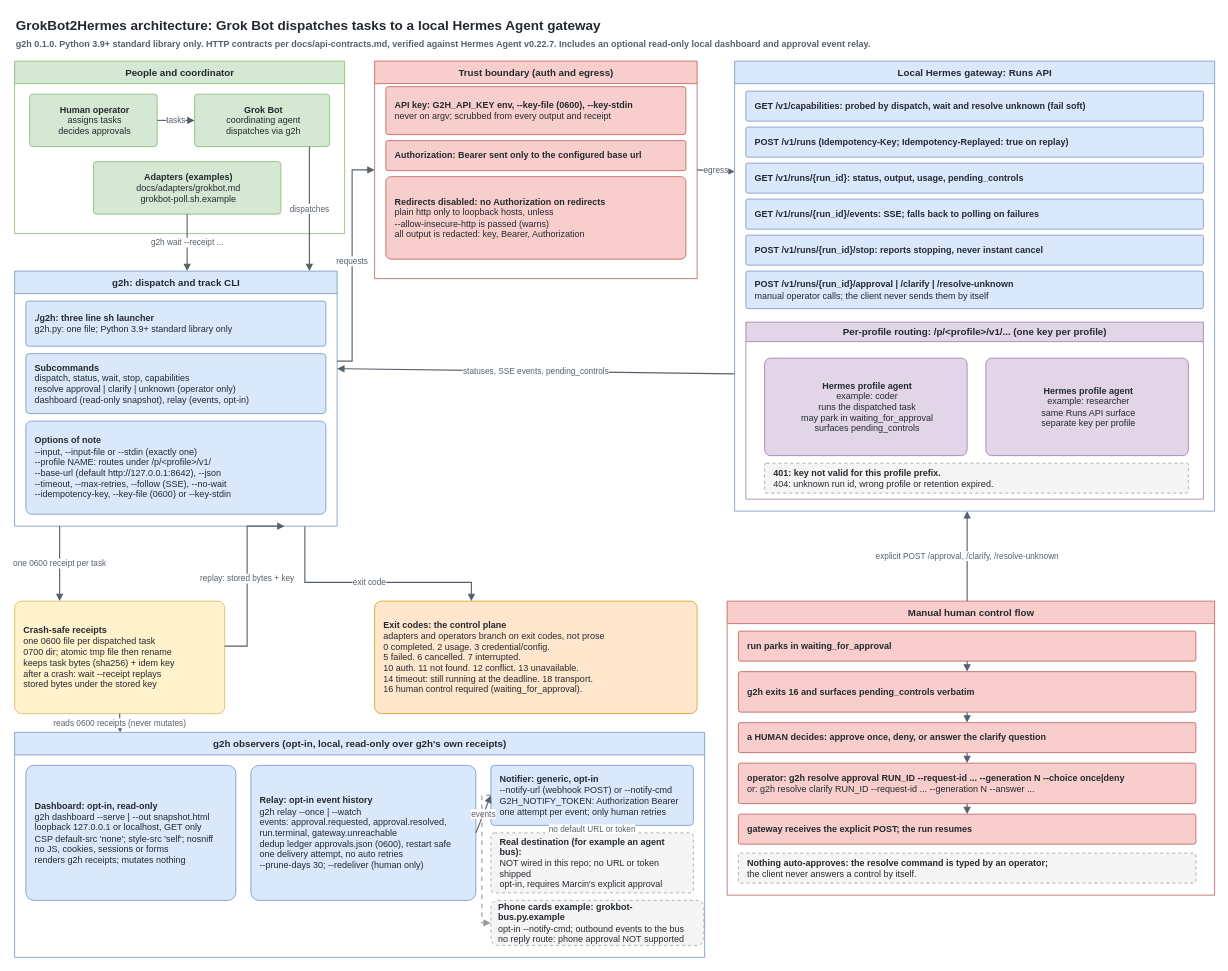
Earlier version of the draw.io diagram docs/architecture/grokbot2hermes.drawio (dziduchm/grokbot2hermes). Source tidied: cells renumbered, new cells numbered last; positions are measured from the earlier drawing's top-left corner, leaving out a move shared by most shapes. Both pictures are drawn from the tidied source at 75%, with x=0, y=0 at pixel (14, 13).
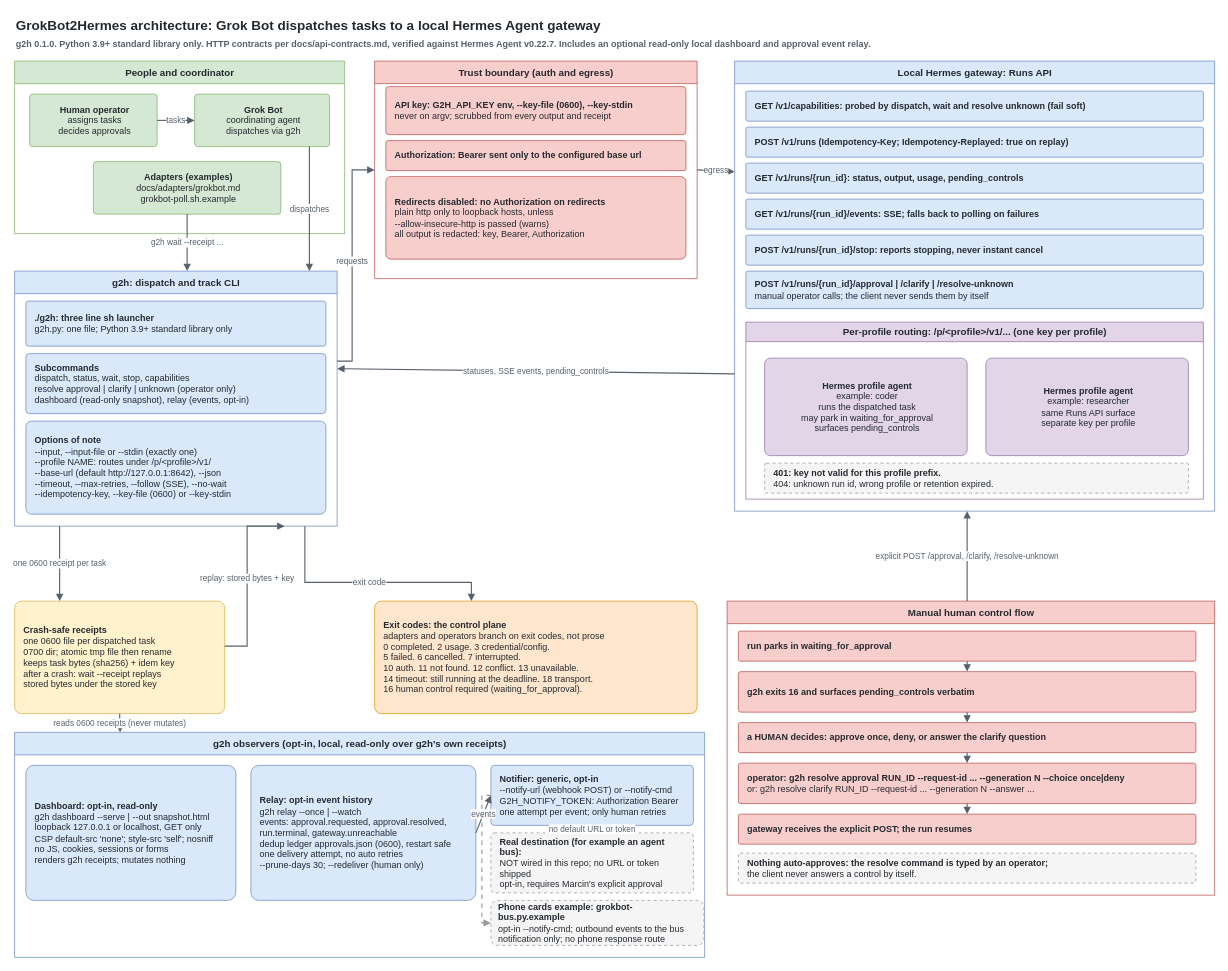
The same diagram, later.

Commit message (it also covers changes not shown here):
docs: scope the phone limitation to the bus integration

The change refers to these unchanged cells:
```xml
<mxCell id="9" value="g2h observers (opt-in, local, read-only over g2h's own receipts)" style="swimlane;html=1;startSize=30;fillColor=#dae8fc;swimlaneFillColor=#ffffff;strokeColor=#6c8ebf;fontColor=#24292f;fontSize=13;fontStyle=1;align=center;rounded=0;shadow=0;" parent="1" vertex="1">
  <mxGeometry y="959" width="920" height="300" as="geometry" />
</mxCell>
```

Change to the diagram source:
```diff
@@
-    <mxCell id="57" value="&lt;b&gt;Phone cards example: grokbot-bus.py.example&lt;/b&gt;&lt;br&gt;opt-in --notify-cmd; outbound events to the bus&lt;br&gt;no reply route: phone approval NOT supported" style="rounded=1;whiteSpace=wrap;html=1;dashed=1;dashPattern=4 4;fillColor=#f5f5f5;strokeColor=#999999;fontColor=#24292f;align=left;verticalAlign=middle;spacingLeft=8;spacingRight=6;fontSize=12;" parent="9" vertex="1">
+    <mxCell id="57" value="&lt;b&gt;Phone cards example: grokbot-bus.py.example&lt;/b&gt;&lt;br&gt;opt-in --notify-cmd; outbound events to the bus&lt;br&gt;notification only; no phone response route" style="rounded=1;whiteSpace=wrap;html=1;dashed=1;dashPattern=4 4;fillColor=#f5f5f5;strokeColor=#999999;fontColor=#24292f;align=left;verticalAlign=middle;spacingLeft=8;spacingRight=6;fontSize=12;" parent="9" vertex="1">
       <mxGeometry x="635" y="224" width="284" height="60" as="geometry" />
     </mxCell>
```
